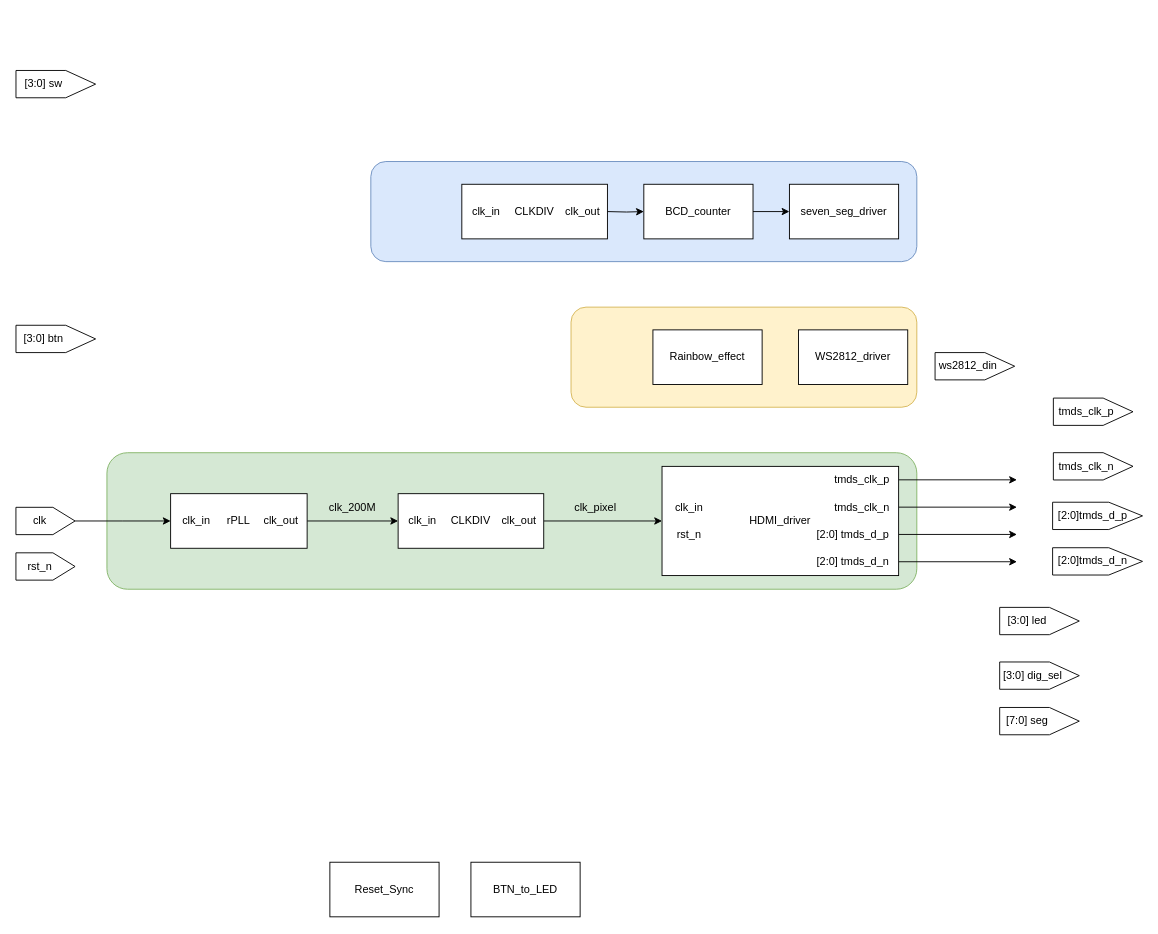
zeandon/draw.io keeps this draw.io diagram as 板级测试工程框图.drawio. Above is the earlier version. Source tidied: cells renumbered, new cells numbered last; positions are measured from the earlier drawing's top-left corner, leaving out a move shared by most shapes. Both pictures are drawn from the tidied source at 91%, with x=0, y=0 at pixel (15, 44).
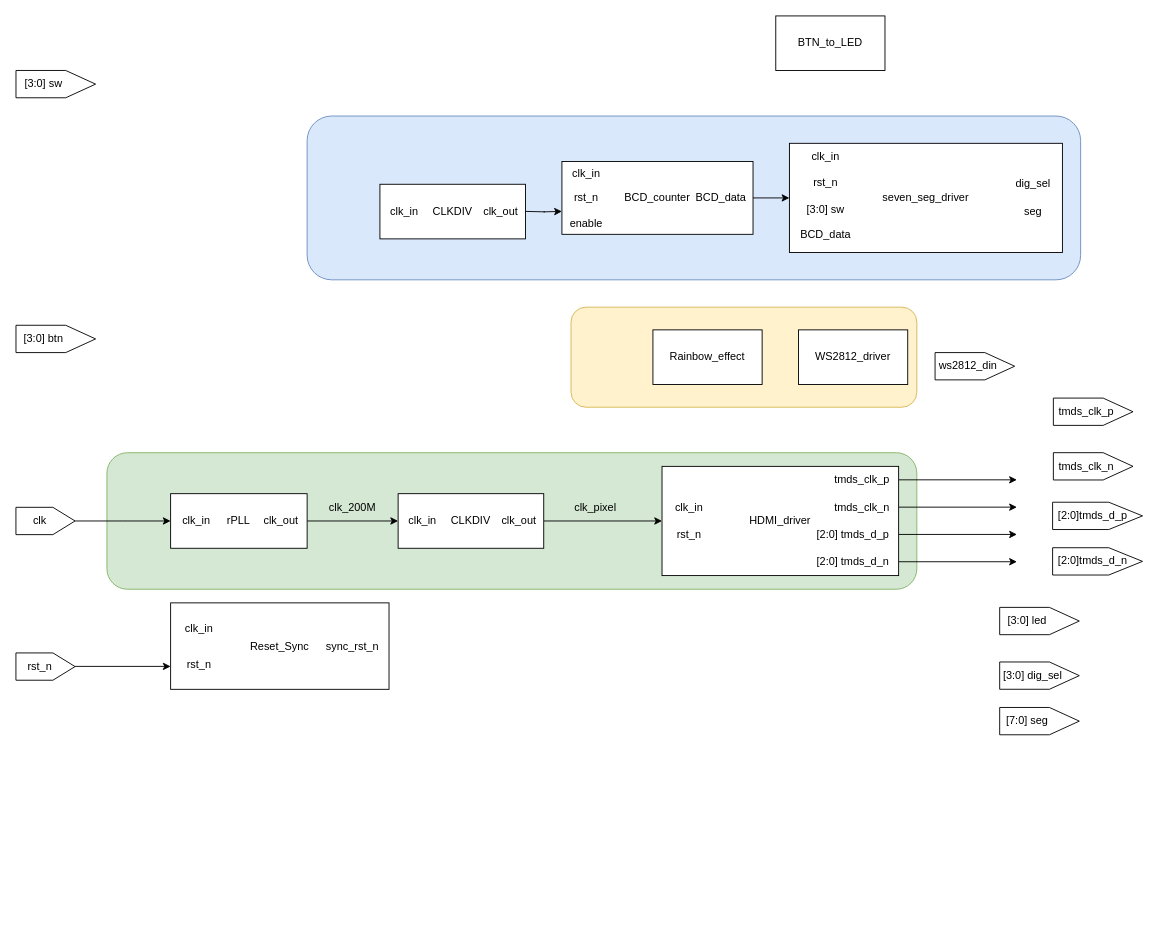
Above is the later version.

Commit message (it also covers changes not shown here):
更新板级测试工程框图.drawio

The edit, as a diff of the source:
```diff
@@
     <mxCell id="3" style="rounded=1;whiteSpace=wrap;html=1;fillColor=#dae8fc;strokeColor=#6c8ebf;" parent="1" vertex="1">
-      <mxGeometry x="390" y="129" width="600" height="110" as="geometry" />
+      <mxGeometry x="320" y="79" width="850" height="180" as="geometry" />
     </mxCell>
@@
     <mxCell id="7" value="Reset_Sync" style="rounded=0;whiteSpace=wrap;html=1;" parent="1" vertex="1">
-      <mxGeometry x="345" y="899" width="120" height="60" as="geometry" />
+      <mxGeometry x="170" y="614" width="240" height="95" as="geometry" />
     </mxCell>
-    <mxCell id="8" style="edgeStyle=orthogonalEdgeStyle;rounded=0;jettySize=auto;html=1;" parent="1" edge="1" target="10">
+    <mxCell id="8" style="edgeStyle=orthogonalEdgeStyle;rounded=0;orthogonalLoop=1;jettySize=auto;html=1;" parent="1" edge="1">
       <mxGeometry relative="1" as="geometry">
-        <mxPoint x="650" y="184" as="sourcePoint" />
+        <mxPoint x="560" y="183.8" as="sourcePoint" />
+        <mxPoint x="600" y="183.8" as="targetPoint" />
       </mxGeometry>
     </mxCell>
@@
-    <mxCell id="10" value="BCD_counter" style="rounded=0;whiteSpace=wrap;html=1;" parent="1" vertex="1">
-      <mxGeometry x="690" y="154" width="120" height="60" as="geometry" />
-    </mxCell>
-    <mxCell id="11" value="seven_seg_driver" style="rounded=0;whiteSpace=wrap;html=1;" parent="1" vertex="1">
-      <mxGeometry x="850" y="154" width="120" height="60" as="geometry" />
-    </mxCell>
     <mxCell id="12" value="BTN_to_LED" style="rounded=0;whiteSpace=wrap;html=1;" parent="1" vertex="1">
-      <mxGeometry x="500" y="899" width="120" height="60" as="geometry" />
+      <mxGeometry x="835" y="-31" width="120" height="60" as="geometry" />
     </mxCell>
@@
     <mxCell id="41" style="group;" parent="1" vertex="1">
-      <mxGeometry y="559" width="65" height="30" as="geometry" />
+      <mxGeometry y="669" width="65" height="30" as="geometry" />
     </mxCell>
@@
+    <mxCell id="75" style="edgeStyle=orthogonalEdgeStyle;rounded=0;orthogonalLoop=1;jettySize=auto;html=1;exitX=0.5;exitY=1;exitDx=0;exitDy=0;" parent="1" edge="1">
+      <mxGeometry relative="1" as="geometry">
+        <mxPoint x="65" y="683.8" as="sourcePoint" />
+        <mxPoint x="170" y="683.8" as="targetPoint" />
+      </mxGeometry>
+    </mxCell>
+    <mxCell id="76" value="clk_in" style="text;html=1;whiteSpace=wrap;strokeColor=none;fillColor=none;align=center;verticalAlign=middle;rounded=0;" parent="1" vertex="1">
+      <mxGeometry x="180" y="626.5" width="42.9" height="30" as="geometry" />
+    </mxCell>
+    <mxCell id="77" value="rst_n" style="text;html=1;whiteSpace=wrap;strokeColor=none;fillColor=none;align=center;verticalAlign=middle;rounded=0;" parent="1" vertex="1">
+      <mxGeometry x="180" y="666.5" width="42.9" height="30" as="geometry" />
+    </mxCell>
+    <mxCell id="78" value="sync_rst_n" style="text;html=1;whiteSpace=wrap;strokeColor=none;fillColor=none;align=center;verticalAlign=middle;rounded=0;" parent="1" vertex="1">
+      <mxGeometry x="335" y="646.5" width="70" height="30" as="geometry" />
+    </mxCell>
+    <mxCell id="79" style="group;" parent="1" vertex="1">
+      <mxGeometry x="400" y="154" width="160" height="60" as="geometry" />
+    </mxCell>
-    <mxCell id="72" value="CLKDIV" style="rounded=0;whiteSpace=wrap;html=1;" parent="1" vertex="1">
-      <mxGeometry x="490" y="154" width="160" height="60" as="geometry" />
+    <mxCell id="72" value="CLKDIV" style="rounded=0;whiteSpace=wrap;html=1;" parent="79" vertex="1">
+      <mxGeometry width="160" height="60" as="geometry" />
     </mxCell>
-    <mxCell id="73" value="clk_in" style="text;html=1;whiteSpace=wrap;strokeColor=none;fillColor=none;align=center;verticalAlign=middle;rounded=0;" parent="1" vertex="1">
-      <mxGeometry x="496.7" y="169" width="40" height="30" as="geometry" />
+    <mxCell id="73" value="clk_in" style="text;html=1;whiteSpace=wrap;strokeColor=none;fillColor=none;align=center;verticalAlign=middle;rounded=0;" parent="79" vertex="1">
+      <mxGeometry x="6.7" y="15" width="40" height="30" as="geometry" />
     </mxCell>
-    <mxCell id="74" value="clk_out" style="text;html=1;whiteSpace=wrap;strokeColor=none;fillColor=none;align=center;verticalAlign=middle;rounded=0;" parent="1" vertex="1">
-      <mxGeometry x="603.3" y="169" width="40" height="30" as="geometry" />
+    <mxCell id="74" value="clk_out" style="text;html=1;whiteSpace=wrap;strokeColor=none;fillColor=none;align=center;verticalAlign=middle;rounded=0;" parent="79" vertex="1">
+      <mxGeometry x="113.3" y="15" width="40" height="30" as="geometry" />
     </mxCell>
+    <mxCell id="10" value="BCD_counter" style="rounded=0;whiteSpace=wrap;html=1;" parent="1" vertex="1">
+      <mxGeometry x="600" y="129" width="210" height="80" as="geometry" />
+    </mxCell>
+    <mxCell id="80" value="clk_in" style="text;html=1;whiteSpace=wrap;strokeColor=none;fillColor=none;align=center;verticalAlign=middle;rounded=0;" parent="1" vertex="1">
+      <mxGeometry x="607" y="126.5" width="40" height="30" as="geometry" />
+    </mxCell>
+    <mxCell id="81" value="rst_n" style="text;html=1;whiteSpace=wrap;strokeColor=none;fillColor=none;align=center;verticalAlign=middle;rounded=0;" parent="1" vertex="1">
+      <mxGeometry x="607" y="154" width="40" height="30" as="geometry" />
+    </mxCell>
+    <mxCell id="82" value="enable" style="text;html=1;whiteSpace=wrap;strokeColor=none;fillColor=none;align=center;verticalAlign=middle;rounded=0;" parent="1" vertex="1">
+      <mxGeometry x="607" y="181.5" width="40" height="30" as="geometry" />
+    </mxCell>
+    <mxCell id="83" value="BCD_data" style="text;html=1;whiteSpace=wrap;strokeColor=none;fillColor=none;align=center;verticalAlign=middle;rounded=0;" parent="1" vertex="1">
+      <mxGeometry x="740" y="156.5" width="70" height="25" as="geometry" />
+    </mxCell>
+    <mxCell id="84" style="group;" parent="1" vertex="1">
+      <mxGeometry x="850" y="109" width="300" height="120" as="geometry" />
+    </mxCell>
+    <mxCell id="11" value="seven_seg_driver" style="rounded=0;whiteSpace=wrap;html=1;" parent="84" vertex="1">
+      <mxGeometry width="300" height="120" as="geometry" />
+    </mxCell>
+    <mxCell id="85" value="clk_in" style="text;html=1;whiteSpace=wrap;strokeColor=none;fillColor=none;align=center;verticalAlign=middle;rounded=0;" parent="84" vertex="1">
+      <mxGeometry x="20" width="40" height="30" as="geometry" />
+    </mxCell>
+    <mxCell id="86" value="rst_n" style="text;html=1;whiteSpace=wrap;strokeColor=none;fillColor=none;align=center;verticalAlign=middle;rounded=0;" parent="84" vertex="1">
+      <mxGeometry x="20" y="27.5" width="40" height="30" as="geometry" />
+    </mxCell>
+    <mxCell id="87" value="[3:0] sw" style="text;html=1;whiteSpace=wrap;strokeColor=none;fillColor=none;align=center;verticalAlign=middle;rounded=0;" parent="84" vertex="1">
+      <mxGeometry x="10" y="57.5" width="60" height="30" as="geometry" />
+    </mxCell>
+    <mxCell id="88" value="dig_sel" style="text;html=1;whiteSpace=wrap;strokeColor=none;fillColor=none;align=center;verticalAlign=middle;rounded=0;" parent="84" vertex="1">
+      <mxGeometry x="247.5" y="30" width="40" height="30" as="geometry" />
+    </mxCell>
+    <mxCell id="89" value="seg" style="text;html=1;whiteSpace=wrap;strokeColor=none;fillColor=none;align=center;verticalAlign=middle;rounded=0;" parent="84" vertex="1">
+      <mxGeometry x="247.5" y="60" width="40" height="30" as="geometry" />
+    </mxCell>
+    <mxCell id="90" value="BCD_data" style="text;html=1;whiteSpace=wrap;strokeColor=none;fillColor=none;align=center;verticalAlign=middle;rounded=0;" parent="84" vertex="1">
+      <mxGeometry x="10" y="85" width="60" height="30" as="geometry" />
+    </mxCell>
```
